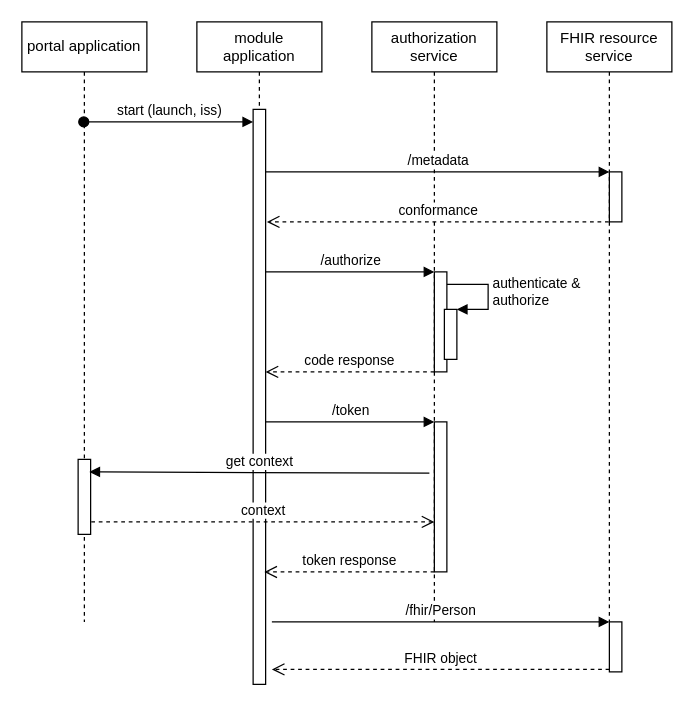
Earlier version of the draw.io diagram diagrams/SMART on FHIR Application Launch Framework.drawio (Koppeltaal/Koppeltaal-2.0-SMART-HTI-On-FHIR). Source tidied: cells renumbered, new cells numbered last; positions are measured from the earlier drawing's top-left corner, leaving out a move shared by most shapes. Both pictures are drawn from the tidied source at 125%, with x=0, y=0 at pixel (21, 21).
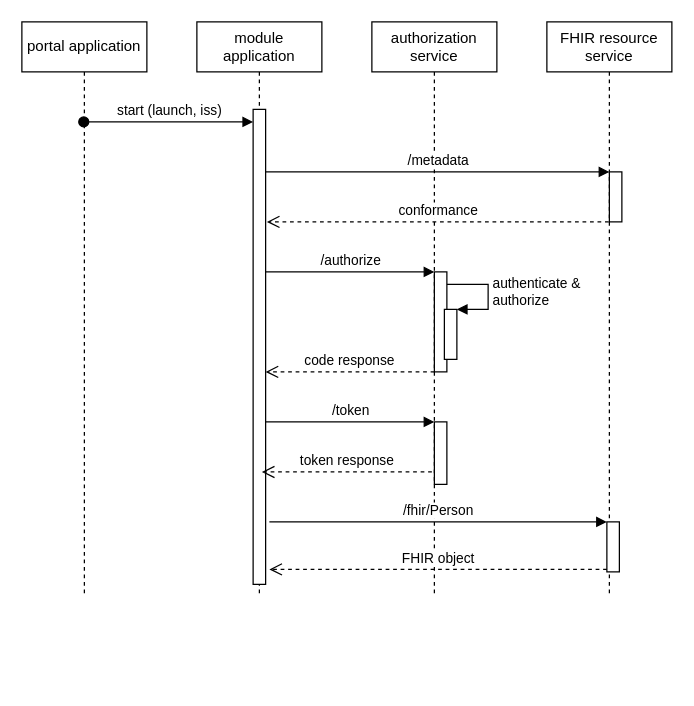
After the change.

What changed in the source:
```diff
@@
     <mxCell id="2" value="module application" style="shape=umlLifeline;perimeter=lifelinePerimeter;whiteSpace=wrap;html=1;" parent="1" vertex="1">
-      <mxGeometry x="140" width="100" height="530" as="geometry" />
+      <mxGeometry x="140" width="100" height="460" as="geometry" />
     </mxCell>
     <mxCell id="3" style="html=1;points=[];perimeter=orthogonalPerimeter;" parent="2" vertex="1">
-      <mxGeometry x="45" y="70" width="10" height="460" as="geometry" />
+      <mxGeometry x="45" y="70" width="10" height="380" as="geometry" />
     </mxCell>
     <mxCell id="4" value="portal application" style="shape=umlLifeline;perimeter=lifelinePerimeter;whiteSpace=wrap;html=1;outlineConnect=0;" parent="1" vertex="1">
-      <mxGeometry width="100" height="480" as="geometry" />
+      <mxGeometry width="100" height="460" as="geometry" />
     </mxCell>
     <mxCell id="5" value="authorization service" style="shape=umlLifeline;perimeter=lifelinePerimeter;whiteSpace=wrap;html=1;" parent="1" vertex="1">
-      <mxGeometry x="280" width="100" height="480" as="geometry" />
+      <mxGeometry x="280" width="100" height="460" as="geometry" />
     </mxCell>
     <mxCell id="6" value="FHIR resource service" style="shape=umlLifeline;perimeter=lifelinePerimeter;whiteSpace=wrap;html=1;outlineConnect=0;" parent="1" vertex="1">
-      <mxGeometry x="420" width="100" height="480" as="geometry" />
+      <mxGeometry x="420" width="100" height="460" as="geometry" />
     </mxCell>
@@
     <mxCell id="16" style="html=1;points=[];perimeter=orthogonalPerimeter;" parent="1" vertex="1">
-      <mxGeometry x="330" y="320" width="10" height="120" as="geometry" />
+      <mxGeometry x="330" y="320" width="10" height="50" as="geometry" />
     </mxCell>
@@
     <mxCell id="18" value="token response" style="html=1;verticalAlign=bottom;endArrow=open;dashed=1;endSize=8;exitX=0;exitY=0.95;entryX=0.9;entryY=0.888;entryDx=0;entryDy=0;entryPerimeter=0;" parent="1" edge="1">
       <mxGeometry relative="1" as="geometry">
-        <mxPoint x="330" y="440" as="sourcePoint" />
-        <mxPoint x="194" y="440.1" as="targetPoint" />
+        <mxPoint x="328" y="360" as="sourcePoint" />
+        <mxPoint x="192" y="360.1" as="targetPoint" />
       </mxGeometry>
     </mxCell>
     <mxCell id="19" style="html=1;points=[];perimeter=orthogonalPerimeter;" parent="1" vertex="1">
-      <mxGeometry x="470" y="480" width="10" height="40" as="geometry" />
+      <mxGeometry x="468" y="400" width="10" height="40" as="geometry" />
     </mxCell>
     <mxCell id="20" value="/fhir/Person" style="html=1;verticalAlign=bottom;endArrow=block;entryX=0;entryY=0;exitX=1.5;exitY=0.805;exitDx=0;exitDy=0;exitPerimeter=0;" parent="1" edge="1" target="19">
       <mxGeometry relative="1" as="geometry">
-        <mxPoint x="200" y="480" as="sourcePoint" />
+        <mxPoint x="198" y="400" as="sourcePoint" />
       </mxGeometry>
     </mxCell>
     <mxCell id="21" value="FHIR object" style="html=1;verticalAlign=bottom;endArrow=open;dashed=1;endSize=8;exitX=0;exitY=0.95;" parent="1" edge="1" source="19">
       <mxGeometry relative="1" as="geometry">
-        <mxPoint x="200" y="518" as="targetPoint" />
+        <mxPoint x="198" y="438" as="targetPoint" />
       </mxGeometry>
     </mxCell>
-    <mxCell id="22" style="html=1;points=[];perimeter=orthogonalPerimeter;" parent="1" vertex="1">
-      <mxGeometry x="45" y="350" width="10" height="60" as="geometry" />
-    </mxCell>
-    <mxCell id="23" value="get context" style="html=1;verticalAlign=bottom;endArrow=block;exitX=-0.4;exitY=0.342;exitDx=0;exitDy=0;exitPerimeter=0;entryX=0.9;entryY=0.167;entryDx=0;entryDy=0;entryPerimeter=0;" parent="1" edge="1" source="16" target="22">
-      <mxGeometry relative="1" as="geometry" />
-    </mxCell>
-    <mxCell id="24" value="context" style="html=1;verticalAlign=bottom;endArrow=open;dashed=1;endSize=8;" parent="1" edge="1">
-      <mxGeometry relative="1" as="geometry">
-        <mxPoint x="55.5" y="400" as="sourcePoint" />
-        <mxPoint x="330" y="400" as="targetPoint" />
-        <Array as="points">
-          <mxPoint x="120.5" y="400" />
-        </Array>
-      </mxGeometry>
-    </mxCell>
```
